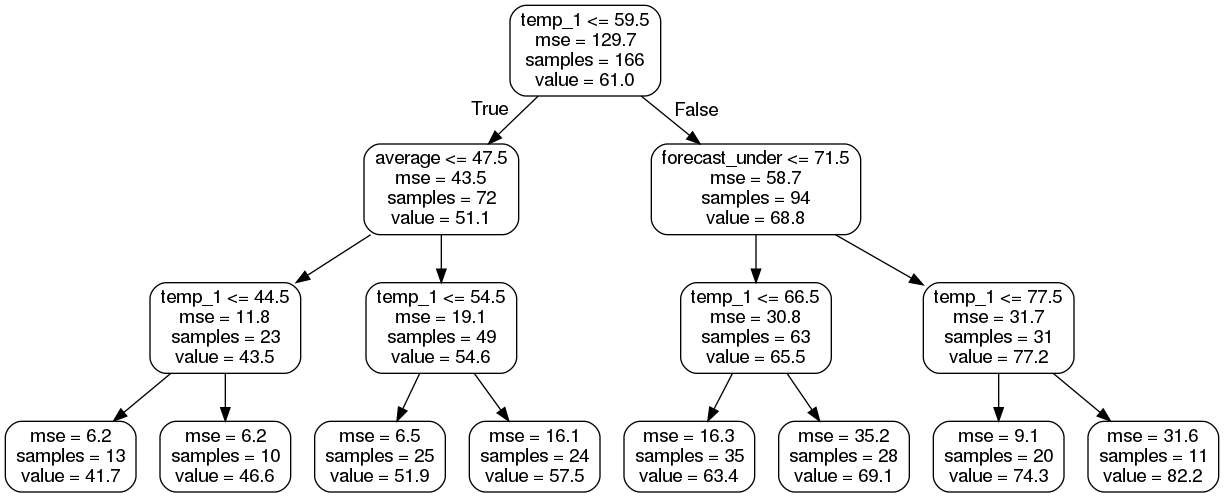
Above: RFRPY/small_tree.png in ysraell/random-forest-lab (Graphviz), before the change. Its source is kept beside it as RFRPY/small_tree.dot.
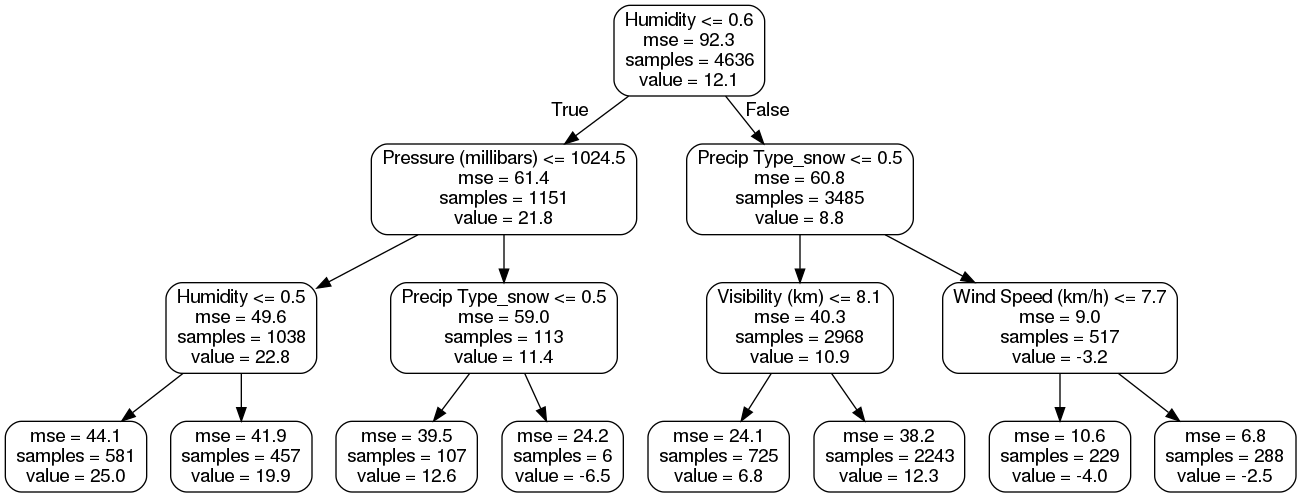
The same diagram one commit later.

The edit, as a diff of the source:
```diff
@@ -1,33 +1,33 @@
 digraph Tree {
 node [shape=box, style="rounded", color="black", fontname=helvetica] ;
 edge [fontname=helvetica] ;
-0 [label="temp_1 <= 59.5\nmse = 129.7\nsamples = 166\nvalue = 61.0"] ;
-1 [label="average <= 47.5\nmse = 43.5\nsamples = 72\nvalue = 51.1"] ;
+0 [label="Humidity <= 0.6\nmse = 92.3\nsamples = 4636\nvalue = 12.1"] ;
+1 [label="Pressure (millibars) <= 1024.5\nmse = 61.4\nsamples = 1151\nvalue = 21.8"] ;
 0 -> 1 [labeldistance=2.5, labelangle=45, headlabel="True"] ;
-2 [label="temp_1 <= 44.5\nmse = 11.8\nsamples = 23\nvalue = 43.5"] ;
+2 [label="Humidity <= 0.5\nmse = 49.6\nsamples = 1038\nvalue = 22.8"] ;
 1 -> 2 ;
-3 [label="mse = 6.2\nsamples = 13\nvalue = 41.7"] ;
+3 [label="mse = 44.1\nsamples = 581\nvalue = 25.0"] ;
 2 -> 3 ;
-4 [label="mse = 6.2\nsamples = 10\nvalue = 46.6"] ;
+4 [label="mse = 41.9\nsamples = 457\nvalue = 19.9"] ;
 2 -> 4 ;
-5 [label="temp_1 <= 54.5\nmse = 19.1\nsamples = 49\nvalue = 54.6"] ;
+5 [label="Precip Type_snow <= 0.5\nmse = 59.0\nsamples = 113\nvalue = 11.4"] ;
 1 -> 5 ;
-6 [label="mse = 6.5\nsamples = 25\nvalue = 51.9"] ;
+6 [label="mse = 39.5\nsamples = 107\nvalue = 12.6"] ;
 5 -> 6 ;
-7 [label="mse = 16.1\nsamples = 24\nvalue = 57.5"] ;
+7 [label="mse = 24.2\nsamples = 6\nvalue = -6.5"] ;
 5 -> 7 ;
-8 [label="forecast_under <= 71.5\nmse = 58.7\nsamples = 94\nvalue = 68.8"] ;
+8 [label="Precip Type_snow <= 0.5\nmse = 60.8\nsamples = 3485\nvalue = 8.8"] ;
 0 -> 8 [labeldistance=2.5, labelangle=-45, headlabel="False"] ;
-9 [label="temp_1 <= 66.5\nmse = 30.8\nsamples = 63\nvalue = 65.5"] ;
+9 [label="Visibility (km) <= 8.1\nmse = 40.3\nsamples = 2968\nvalue = 10.9"] ;
 8 -> 9 ;
-10 [label="mse = 16.3\nsamples = 35\nvalue = 63.4"] ;
+10 [label="mse = 24.1\nsamples = 725\nvalue = 6.8"] ;
 9 -> 10 ;
-11 [label="mse = 35.2\nsamples = 28\nvalue = 69.1"] ;
+11 [label="mse = 38.2\nsamples = 2243\nvalue = 12.3"] ;
 9 -> 11 ;
-12 [label="temp_1 <= 77.5\nmse = 31.7\nsamples = 31\nvalue = 77.2"] ;
+12 [label="Wind Speed (km/h) <= 7.7\nmse = 9.0\nsamples = 517\nvalue = -3.2"] ;
 8 -> 12 ;
-13 [label="mse = 9.1\nsamples = 20\nvalue = 74.3"] ;
+13 [label="mse = 10.6\nsamples = 229\nvalue = -4.0"] ;
 12 -> 13 ;
-14 [label="mse = 31.6\nsamples = 11\nvalue = 82.2"] ;
+14 [label="mse = 6.8\nsamples = 288\nvalue = -2.5"] ;
 12 -> 14 ;
 }
```
